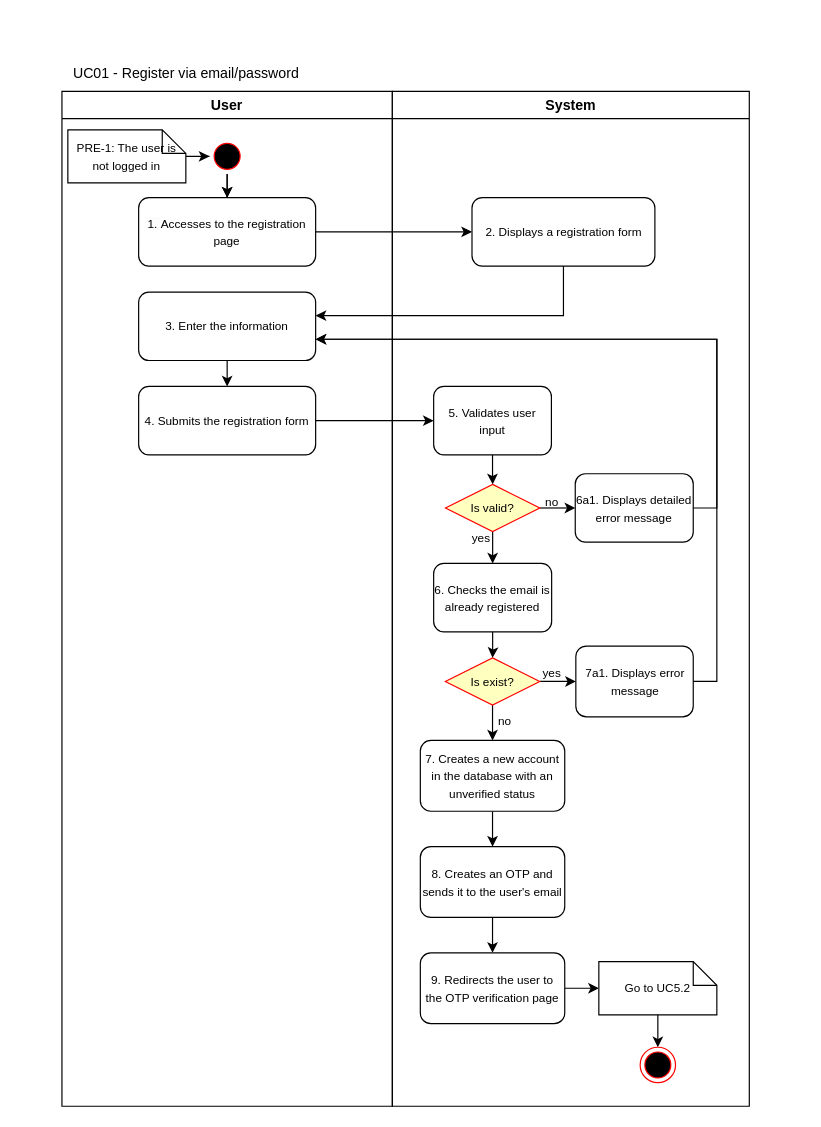
hiusnguyen201/BE_ClothingShop keeps this draw.io diagram as docs/activity diagram/UC01-Register.drawio. Above is the earlier version. Source tidied: cells renumbered, new cells numbered last; positions are measured from the earlier drawing's top-left corner, leaving out a move shared by most shapes. Both pictures are drawn from the tidied source at 118%, with x=0, y=0 at pixel (61, 55).
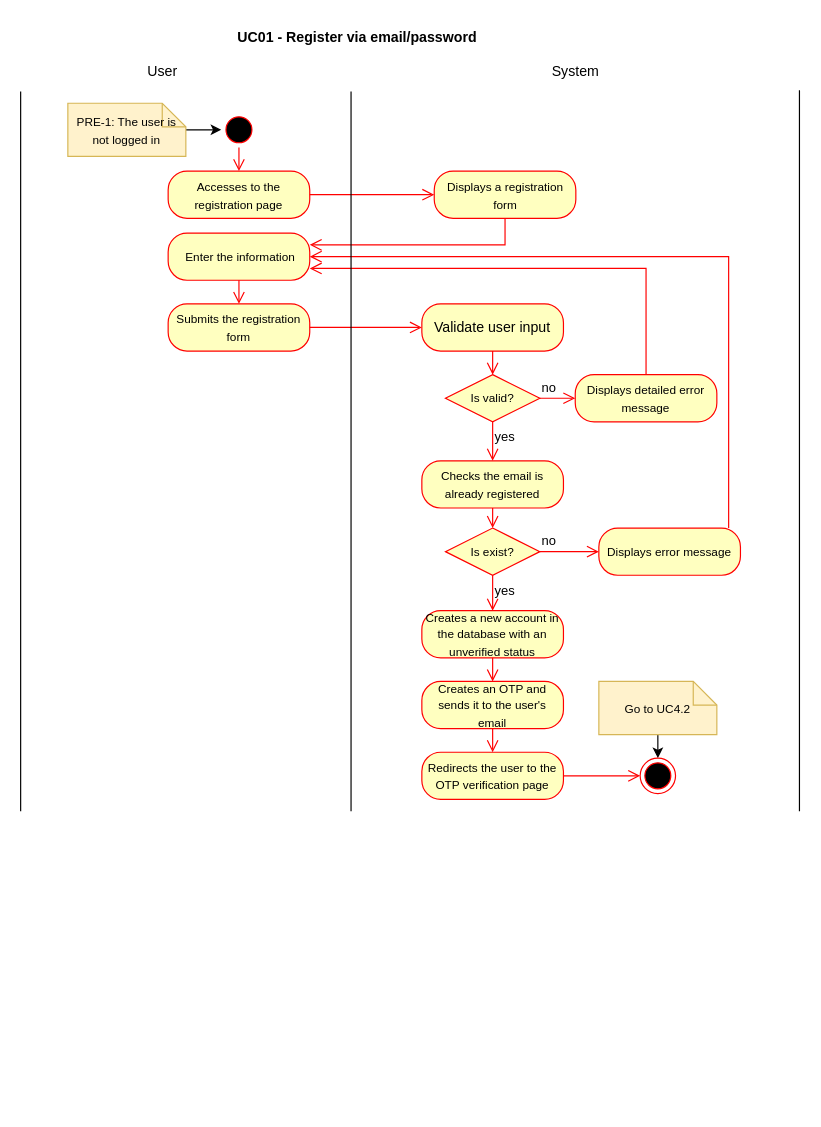
After the change.

Change to the diagram source:
```diff
@@
-    <mxCell id="2" value="User" style="swimlane;whiteSpace=wrap;labelBackgroundColor=none;" parent="1" vertex="1">
-      <mxGeometry y="30" width="280" height="860" as="geometry" />
-    </mxCell>
-    <mxCell id="3" style="edgeStyle=orthogonalEdgeStyle;rounded=0;jettySize=auto;html=1;" parent="2" edge="1" source="5" target="6">
-      <mxGeometry relative="1" as="geometry" />
-    </mxCell>
-    <mxCell id="4" style="edgeStyle=orthogonalEdgeStyle;rounded=0;jettySize=auto;html=1;" parent="2" edge="1" source="5" target="6">
-      <mxGeometry relative="1" as="geometry" />
-    </mxCell>
-    <mxCell id="5" style="ellipse;shape=startState;fillColor=#000000;strokeColor=#ff0000;" parent="2" vertex="1">
-      <mxGeometry x="125" y="40" width="30" height="30" as="geometry" />
-    </mxCell>
-    <mxCell id="6" value="&lt;font style=&quot;font-size: 10px;&quot;&gt;&lt;span style=&quot;color: rgb(0, 0, 0); font-family: Helvetica; font-style: normal; font-variant-ligatures: normal; font-variant-caps: normal; font-weight: 400; letter-spacing: normal; orphans: 2; text-align: center; text-indent: 0px; text-transform: none; widows: 2; word-spacing: 0px; -webkit-text-stroke-width: 0px; background-color: rgb(251, 251, 251); text-decoration-thickness: initial; text-decoration-style: initial; text-decoration-color: initial; float: none; display: inline !important;&quot;&gt;1.&amp;nbsp;&lt;/span&gt;Accesses to the registration page&lt;/font&gt;" style="rounded=1;whiteSpace=wrap;html=1;verticalAlign=middle;" parent="2" vertex="1">
-      <mxGeometry x="65" y="90" width="150" height="58" as="geometry" />
-    </mxCell>
-    <mxCell id="7" style="edgeStyle=orthogonalEdgeStyle;rounded=0;jettySize=auto;html=1;" parent="2" edge="1" source="8" target="9">
-      <mxGeometry relative="1" as="geometry" />
-    </mxCell>
-    <mxCell id="8" value="&lt;font style=&quot;font-size: 10px;&quot;&gt;&lt;font style=&quot;border-color: var(--border-color); font-size: 10px;&quot;&gt;3.&amp;nbsp;&lt;/font&gt;Enter the information&lt;/font&gt;" style="rounded=1;whiteSpace=wrap;html=1;verticalAlign=middle;" parent="2" vertex="1">
-      <mxGeometry x="65" y="170" width="150" height="58" as="geometry" />
-    </mxCell>
-    <mxCell id="9" value="&lt;font style=&quot;font-size: 10px;&quot;&gt;4. Submits the registration form&lt;/font&gt;" style="rounded=1;whiteSpace=wrap;html=1;verticalAlign=middle;" parent="2" vertex="1">
-      <mxGeometry x="65" y="250" width="150" height="58" as="geometry" />
-    </mxCell>
+    <mxCell id="39" value="UC01 - Register via email/password" style="text;html=1;align=center;verticalAlign=middle;strokeColor=none;fillColor=none;fontStyle=1;" parent="1" vertex="1">
+      <mxGeometry x="145" y="-30" width="210" height="30" as="geometry" />
+    </mxCell>
-    <mxCell id="10" style="edgeStyle=orthogonalEdgeStyle;rounded=0;jettySize=auto;html=1;" parent="2" edge="1" source="11" target="5">
+    <mxCell id="10" style="edgeStyle=orthogonalEdgeStyle;rounded=0;jettySize=auto;html=1;" parent="1" edge="1" source="11" target="45">
       <mxGeometry relative="1" as="geometry" />
     </mxCell>
-    <mxCell id="11" value="&lt;span style=&quot;font-size: 10px;&quot;&gt;PRE-1: The user is not logged in&lt;/span&gt;" style="shape=note;size=20;whiteSpace=wrap;html=1;" parent="2" vertex="1">
-      <mxGeometry x="5" y="32.5" width="100" height="45" as="geometry" />
+    <mxCell id="11" value="&lt;span style=&quot;font-size: 10px;&quot;&gt;PRE-1: The user is not logged in&lt;/span&gt;" style="shape=note;size=20;whiteSpace=wrap;html=1;fillColor=#fff2cc;strokeColor=#d6b656;" parent="1" vertex="1">
+      <mxGeometry x="5" y="40" width="100" height="45" as="geometry" />
     </mxCell>
-    <mxCell id="12" value="System" style="swimlane;whiteSpace=wrap;" parent="1" vertex="1">
-      <mxGeometry x="280" y="30" width="302.5" height="860" as="geometry" />
-    </mxCell>
-    <mxCell id="13" style="edgeStyle=orthogonalEdgeStyle;rounded=0;jettySize=auto;html=1;" parent="12" edge="1" source="14" target="17">
-      <mxGeometry relative="1" as="geometry" />
-    </mxCell>
-    <mxCell id="14" value="&lt;font style=&quot;font-size: 10px;&quot;&gt;5. Validates user input&lt;/font&gt;" style="rounded=1;whiteSpace=wrap;html=1;verticalAlign=middle;" parent="12" vertex="1">
-      <mxGeometry x="35" y="250" width="99.8" height="58" as="geometry" />
-    </mxCell>
-    <mxCell id="15" style="edgeStyle=orthogonalEdgeStyle;rounded=0;jettySize=auto;html=1;" parent="12" edge="1" source="17" target="26">
-      <mxGeometry relative="1" as="geometry" />
-    </mxCell>
-    <mxCell id="16" style="edgeStyle=orthogonalEdgeStyle;rounded=0;jettySize=auto;html=1;" parent="12" edge="1" source="17" target="18">
-      <mxGeometry relative="1" as="geometry">
-        <Array as="points">
-          <mxPoint x="155" y="353" />
-          <mxPoint x="155" y="353" />
-        </Array>
-      </mxGeometry>
-    </mxCell>
-    <mxCell id="17" value="Is valid?" style="rhombus;fillColor=#ffffc0;strokeColor=#ff0000;whiteSpace=wrap;fontSize=10;" parent="12" vertex="1">
-      <mxGeometry x="45" y="333" width="80" height="40" as="geometry" />
-    </mxCell>
-    <mxCell id="18" value="&lt;font style=&quot;font-size: 10px;&quot;&gt;6a1. Displays detailed error message&lt;/font&gt;" style="rounded=1;whiteSpace=wrap;html=1;verticalAlign=middle;" parent="12" vertex="1">
-      <mxGeometry x="155" y="324" width="100" height="58" as="geometry" />
-    </mxCell>
-    <mxCell id="19" value="&lt;font size=&quot;1&quot;&gt;yes&lt;/font&gt;" style="text;html=1;align=center;verticalAlign=middle;strokeColor=none;fillColor=none;" parent="12" vertex="1">
-      <mxGeometry x="55" y="363" width="40" height="30" as="geometry" />
-    </mxCell>
-    <mxCell id="20" value="&lt;font size=&quot;1&quot;&gt;no&lt;/font&gt;" style="text;html=1;align=center;verticalAlign=middle;strokeColor=none;fillColor=none;" parent="12" vertex="1">
-      <mxGeometry x="120" y="333" width="30" height="30" as="geometry" />
-    </mxCell>
-    <mxCell id="21" value="&lt;font style=&quot;font-size: 10px;&quot;&gt;&lt;font style=&quot;font-size: 10px;&quot;&gt;2.&amp;nbsp;&lt;/font&gt;Displays a registration form&lt;/font&gt;" style="rounded=1;whiteSpace=wrap;html=1;verticalAlign=middle;" parent="12" vertex="1">
-      <mxGeometry x="67.5" y="90" width="155" height="58" as="geometry" />
-    </mxCell>
-    <mxCell id="22" style="edgeStyle=orthogonalEdgeStyle;rounded=0;jettySize=auto;html=1;" parent="12" edge="1" source="24" target="27">
-      <mxGeometry relative="1" as="geometry" />
-    </mxCell>
-    <mxCell id="23" style="edgeStyle=orthogonalEdgeStyle;rounded=0;jettySize=auto;html=1;" parent="12" edge="1" source="24" target="29">
-      <mxGeometry relative="1" as="geometry" />
-    </mxCell>
-    <mxCell id="24" value="Is exist?" style="rhombus;fillColor=#ffffc0;strokeColor=#ff0000;whiteSpace=wrap;fontSize=10;" parent="12" vertex="1">
-      <mxGeometry x="44.9" y="480" width="80" height="40" as="geometry" />
-    </mxCell>
-    <mxCell id="25" style="edgeStyle=orthogonalEdgeStyle;rounded=0;jettySize=auto;html=1;" parent="12" edge="1" source="26" target="24">
-      <mxGeometry relative="1" as="geometry" />
-    </mxCell>
-    <mxCell id="26" value="&lt;font style=&quot;font-size: 10px;&quot;&gt;6. Checks the email is already registered&lt;/font&gt;" style="rounded=1;whiteSpace=wrap;html=1;verticalAlign=middle;" parent="12" vertex="1">
-      <mxGeometry x="35" y="400" width="100" height="58" as="geometry" />
-    </mxCell>
-    <mxCell id="27" value="&lt;font style=&quot;font-size: 10px;&quot;&gt;&lt;font style=&quot;font-size: 10px;&quot;&gt;7a1.&amp;nbsp;&lt;/font&gt;Displays error message&lt;/font&gt;" style="rounded=1;whiteSpace=wrap;html=1;verticalAlign=middle;" parent="12" vertex="1">
-      <mxGeometry x="155.5" y="470" width="99.5" height="60" as="geometry" />
-    </mxCell>
-    <mxCell id="28" style="edgeStyle=orthogonalEdgeStyle;rounded=0;jettySize=auto;html=1;" parent="12" edge="1" source="29" target="32">
-      <mxGeometry relative="1" as="geometry" />
-    </mxCell>
-    <mxCell id="29" value="&lt;span style=&quot;font-size: 10px;&quot;&gt;7. Creates a new account in the database with an unverified status&lt;/span&gt;" style="rounded=1;whiteSpace=wrap;html=1;verticalAlign=middle;" parent="12" vertex="1">
-      <mxGeometry x="23.7" y="550" width="122.4" height="60" as="geometry" />
-    </mxCell>
-    <mxCell id="30" style="edgeStyle=orthogonalEdgeStyle;rounded=0;jettySize=auto;html=1;" parent="12" edge="1" source="35" target="34">
-      <mxGeometry relative="1" as="geometry" />
-    </mxCell>
-    <mxCell id="31" style="edgeStyle=orthogonalEdgeStyle;rounded=0;jettySize=auto;html=1;" parent="12" edge="1" source="32" target="35">
-      <mxGeometry relative="1" as="geometry" />
-    </mxCell>
-    <mxCell id="32" value="&lt;span style=&quot;font-size: 10px;&quot;&gt;8. Creates an OTP and sends it to the user's email&lt;/span&gt;" style="rounded=1;whiteSpace=wrap;html=1;verticalAlign=middle;" parent="12" vertex="1">
-      <mxGeometry x="23.7" y="640" width="122.4" height="60" as="geometry" />
-    </mxCell>
+    <mxCell id="45" style="ellipse;html=1;shape=startState;fillColor=#000000;strokeColor=#ff0000;" parent="1" vertex="1">
+      <mxGeometry x="135" y="47.5" width="30" height="30" as="geometry" />
+    </mxCell>
+    <mxCell id="46" style="edgeStyle=orthogonalEdgeStyle;html=1;verticalAlign=bottom;endArrow=open;endSize=8;strokeColor=#ff0000;rounded=0;" parent="1" edge="1" source="45" target="47">
+      <mxGeometry relative="1" as="geometry" />
+    </mxCell>
+    <mxCell id="47" value="&lt;span style=&quot;font-size: 10px;&quot;&gt;Accesses to the registration page&lt;/span&gt;" style="rounded=1;whiteSpace=wrap;html=1;arcSize=40;fontColor=#000000;fillColor=#ffffc0;strokeColor=#ff0000;" parent="1" vertex="1">
+      <mxGeometry x="90" y="97.5" width="120" height="40" as="geometry" />
+    </mxCell>
+    <mxCell id="48" style="edgeStyle=orthogonalEdgeStyle;html=1;verticalAlign=bottom;endArrow=open;endSize=8;strokeColor=#ff0000;rounded=0;entryX=0;entryY=0.5;entryDx=0;entryDy=0;" parent="1" edge="1" source="47" target="49">
+      <mxGeometry relative="1" as="geometry" />
+    </mxCell>
-    <mxCell id="33" style="edgeStyle=orthogonalEdgeStyle;rounded=0;jettySize=auto;html=1;" parent="12" edge="1" source="34" target="36">
-      <mxGeometry relative="1" as="geometry" />
+    <mxCell id="33" style="edgeStyle=orthogonalEdgeStyle;rounded=0;jettySize=auto;html=1;" parent="1" edge="1" source="34" target="36">
+      <mxGeometry relative="1" as="geometry">
+        <Array as="points">
+          <mxPoint x="505" y="582.5" />
+          <mxPoint x="505" y="582.5" />
+        </Array>
+      </mxGeometry>
     </mxCell>
-    <mxCell id="34" value="&lt;font style=&quot;font-size: 10px;&quot;&gt;Go to UC5.2&lt;/font&gt;" style="shape=note;size=20;whiteSpace=wrap;html=1;" parent="12" vertex="1">
-      <mxGeometry x="175" y="737.5" width="100" height="45" as="geometry" />
+    <mxCell id="34" value="&lt;font style=&quot;font-size: 10px;&quot;&gt;Go to UC4.2&lt;/font&gt;" style="shape=note;size=20;whiteSpace=wrap;html=1;fillColor=#fff2cc;strokeColor=#d6b656;" parent="1" vertex="1">
+      <mxGeometry x="455" y="530" width="100" height="45" as="geometry" />
     </mxCell>
-    <mxCell id="35" value="&lt;span style=&quot;font-size: 10px;&quot;&gt;9. Redirects the user to the OTP verification page&lt;/span&gt;" style="rounded=1;whiteSpace=wrap;html=1;verticalAlign=middle;" parent="12" vertex="1">
-      <mxGeometry x="23.7" y="730" width="122.4" height="60" as="geometry" />
-    </mxCell>
-    <mxCell id="36" style="ellipse;html=1;shape=endState;fillColor=#000000;strokeColor=#ff0000;" parent="12" vertex="1">
-      <mxGeometry x="210" y="810" width="30" height="30" as="geometry" />
+    <mxCell id="36" style="ellipse;html=1;shape=endState;fillColor=#000000;strokeColor=#ff0000;" parent="1" vertex="1">
+      <mxGeometry x="490" y="595" width="30" height="30" as="geometry" />
     </mxCell>
-    <mxCell id="37" style="edgeStyle=orthogonalEdgeStyle;rounded=0;jettySize=auto;html=1;" parent="1" edge="1" source="9" target="14">
-      <mxGeometry relative="1" as="geometry" />
-    </mxCell>
-    <mxCell id="38" style="edgeStyle=orthogonalEdgeStyle;rounded=0;jettySize=auto;html=1;" parent="1" edge="1" source="18" target="8">
-      <mxGeometry relative="1" as="geometry">
-        <Array as="points">
-          <mxPoint x="555" y="383" />
-          <mxPoint x="555" y="240" />
-        </Array>
-      </mxGeometry>
-    </mxCell>
-    <mxCell id="39" value="UC01 - Register via email/password" style="text;html=1;align=center;verticalAlign=middle;strokeColor=none;fillColor=none;" parent="1" vertex="1">
-      <mxGeometry width="210" height="30" as="geometry" />
-    </mxCell>
-    <mxCell id="40" style="edgeStyle=orthogonalEdgeStyle;rounded=0;jettySize=auto;html=1;" parent="1" edge="1" source="21" target="8">
-      <mxGeometry relative="1" as="geometry">
-        <Array as="points">
-          <mxPoint x="425" y="220" />
-        </Array>
-      </mxGeometry>
-    </mxCell>
-    <mxCell id="41" value="&lt;font style=&quot;font-size: 10px;&quot;&gt;yes&lt;/font&gt;" style="text;html=1;align=center;verticalAlign=middle;strokeColor=none;fillColor=none;" parent="1" vertex="1">
-      <mxGeometry x="395" y="508" width="40" height="30" as="geometry" />
-    </mxCell>
-    <mxCell id="42" style="edgeStyle=orthogonalEdgeStyle;rounded=0;jettySize=auto;html=1;" parent="1" edge="1" source="27" target="8">
-      <mxGeometry relative="1" as="geometry">
-        <Array as="points">
-          <mxPoint x="555" y="530" />
-          <mxPoint x="555" y="240" />
-        </Array>
-      </mxGeometry>
-    </mxCell>
-    <mxCell id="43" value="&lt;font style=&quot;font-size: 10px;&quot;&gt;no&lt;/font&gt;" style="text;html=1;align=center;verticalAlign=middle;strokeColor=none;fillColor=none;" parent="1" vertex="1">
-      <mxGeometry x="360" y="548" width="30" height="30" as="geometry" />
-    </mxCell>
-    <mxCell id="44" style="edgeStyle=orthogonalEdgeStyle;rounded=0;jettySize=auto;html=1;" parent="1" edge="1" source="6" target="21">
-      <mxGeometry relative="1" as="geometry" />
-    </mxCell>
+    <mxCell id="49" value="&lt;span style=&quot;font-size: 10px;&quot;&gt;Displays a registration form&lt;/span&gt;" style="rounded=1;whiteSpace=wrap;html=1;arcSize=40;fontColor=#000000;fillColor=#ffffc0;strokeColor=#ff0000;" parent="1" vertex="1">
+      <mxGeometry x="315.5" y="97.5" width="120" height="40" as="geometry" />
+    </mxCell>
+    <mxCell id="50" style="edgeStyle=orthogonalEdgeStyle;html=1;verticalAlign=bottom;endArrow=open;endSize=8;strokeColor=#ff0000;rounded=0;" parent="1" edge="1" source="49" target="51">
+      <mxGeometry relative="1" as="geometry">
+        <Array as="points">
+          <mxPoint x="376" y="160" />
+        </Array>
+      </mxGeometry>
+    </mxCell>
+    <mxCell id="51" value="&lt;font style=&quot;font-size: 10px; border-color: var(--border-color);&quot;&gt;&amp;nbsp;&lt;/font&gt;&lt;span style=&quot;font-size: 10px;&quot;&gt;Enter the information&lt;/span&gt;" style="rounded=1;whiteSpace=wrap;html=1;arcSize=40;fontColor=#000000;fillColor=#ffffc0;strokeColor=#ff0000;" parent="1" vertex="1">
+      <mxGeometry x="90" y="150" width="120" height="40" as="geometry" />
+    </mxCell>
+    <mxCell id="52" style="edgeStyle=orthogonalEdgeStyle;html=1;verticalAlign=bottom;endArrow=open;endSize=8;strokeColor=#ff0000;rounded=0;entryX=0.5;entryY=0;entryDx=0;entryDy=0;" parent="1" edge="1" source="51" target="53">
+      <mxGeometry relative="1" as="geometry" />
+    </mxCell>
+    <mxCell id="53" value="&lt;span style=&quot;font-size: 10px;&quot;&gt;Submits the registration form&lt;/span&gt;" style="rounded=1;whiteSpace=wrap;html=1;arcSize=40;fontColor=#000000;fillColor=#ffffc0;strokeColor=#ff0000;" parent="1" vertex="1">
+      <mxGeometry x="90" y="210" width="120" height="40" as="geometry" />
+    </mxCell>
+    <mxCell id="54" style="edgeStyle=orthogonalEdgeStyle;html=1;verticalAlign=bottom;endArrow=open;endSize=8;strokeColor=#ff0000;rounded=0;" parent="1" edge="1" source="53" target="55">
+      <mxGeometry relative="1" as="geometry" />
+    </mxCell>
+    <mxCell id="55" value="Validate user input" style="rounded=1;whiteSpace=wrap;html=1;arcSize=40;fontColor=#000000;fillColor=#ffffc0;strokeColor=#ff0000;" parent="1" vertex="1">
+      <mxGeometry x="305" y="210" width="120" height="40" as="geometry" />
+    </mxCell>
+    <mxCell id="56" style="edgeStyle=orthogonalEdgeStyle;html=1;verticalAlign=bottom;endArrow=open;endSize=8;strokeColor=#ff0000;rounded=0;" parent="1" edge="1" source="55" target="17">
+      <mxGeometry relative="1" as="geometry" />
+    </mxCell>
+    <mxCell id="57" value="&lt;span style=&quot;font-size: 10px;&quot;&gt;Displays detailed error message&lt;/span&gt;" style="rounded=1;whiteSpace=wrap;html=1;arcSize=40;fontColor=#000000;fillColor=#ffffc0;strokeColor=#ff0000;" parent="1" vertex="1">
+      <mxGeometry x="435" y="270" width="120" height="40" as="geometry" />
+    </mxCell>
+    <mxCell id="58" style="edgeStyle=orthogonalEdgeStyle;html=1;verticalAlign=bottom;endArrow=open;endSize=8;strokeColor=#ff0000;rounded=0;" parent="1" edge="1" source="57" target="51">
+      <mxGeometry relative="1" as="geometry">
+        <Array as="points">
+          <mxPoint x="495" y="180" />
+        </Array>
+      </mxGeometry>
+    </mxCell>
+    <mxCell id="59" value="&lt;span style=&quot;font-size: 10px;&quot;&gt;Checks the email is already registered&lt;/span&gt;" style="rounded=1;whiteSpace=wrap;html=1;arcSize=40;fontColor=#000000;fillColor=#ffffc0;strokeColor=#ff0000;" parent="1" vertex="1">
+      <mxGeometry x="305" y="343" width="120" height="40" as="geometry" />
+    </mxCell>
+    <mxCell id="60" style="edgeStyle=orthogonalEdgeStyle;html=1;verticalAlign=bottom;endArrow=open;endSize=8;strokeColor=#ff0000;rounded=0;" parent="1" edge="1" source="59" target="24">
+      <mxGeometry relative="1" as="geometry" />
+    </mxCell>
+    <mxCell id="61" value="&lt;span style=&quot;font-size: 10px;&quot;&gt;Displays error message&lt;/span&gt;" style="rounded=1;whiteSpace=wrap;html=1;arcSize=40;fontColor=#000000;fillColor=#ffffc0;strokeColor=#ff0000;" parent="1" vertex="1">
+      <mxGeometry x="455" y="400" width="120" height="40" as="geometry" />
+    </mxCell>
+    <mxCell id="62" style="edgeStyle=orthogonalEdgeStyle;html=1;verticalAlign=bottom;endArrow=open;endSize=8;strokeColor=#ff0000;rounded=0;" parent="1" edge="1" source="61" target="51">
+      <mxGeometry relative="1" as="geometry">
+        <Array as="points">
+          <mxPoint x="565" y="170" />
+        </Array>
+      </mxGeometry>
+    </mxCell>
+    <mxCell id="63" value="&lt;span style=&quot;font-size: 10px;&quot;&gt;Creates a new account in the database with an unverified status&lt;/span&gt;" style="rounded=1;whiteSpace=wrap;html=1;arcSize=40;fontColor=#000000;fillColor=#ffffc0;strokeColor=#ff0000;" parent="1" vertex="1">
+      <mxGeometry x="305" y="470" width="120" height="40" as="geometry" />
+    </mxCell>
+    <mxCell id="64" style="edgeStyle=orthogonalEdgeStyle;html=1;verticalAlign=bottom;endArrow=open;endSize=8;strokeColor=#ff0000;rounded=0;" parent="1" edge="1" source="63" target="65">
+      <mxGeometry relative="1" as="geometry" />
+    </mxCell>
+    <mxCell id="65" value="&lt;span style=&quot;font-size: 10px;&quot;&gt;Creates an OTP and sends it to the user's email&lt;/span&gt;" style="rounded=1;whiteSpace=wrap;html=1;arcSize=40;fontColor=#000000;fillColor=#ffffc0;strokeColor=#ff0000;" parent="1" vertex="1">
+      <mxGeometry x="305" y="530" width="120" height="40" as="geometry" />
+    </mxCell>
+    <mxCell id="66" style="edgeStyle=orthogonalEdgeStyle;html=1;verticalAlign=bottom;endArrow=open;endSize=8;strokeColor=#ff0000;rounded=0;" parent="1" edge="1" source="65" target="67">
+      <mxGeometry relative="1" as="geometry" />
+    </mxCell>
+    <mxCell id="67" value="&lt;span style=&quot;font-size: 10px;&quot;&gt;Redirects the user to the OTP verification page&lt;/span&gt;" style="rounded=1;whiteSpace=wrap;html=1;arcSize=40;fontColor=#000000;fillColor=#ffffc0;strokeColor=#ff0000;" parent="1" vertex="1">
+      <mxGeometry x="305" y="590" width="120" height="40" as="geometry" />
+    </mxCell>
+    <mxCell id="68" style="edgeStyle=orthogonalEdgeStyle;html=1;verticalAlign=bottom;endArrow=open;endSize=8;strokeColor=#ff0000;rounded=0;" parent="1" edge="1" target="36">
+      <mxGeometry relative="1" as="geometry">
+        <mxPoint x="425" y="610" as="sourcePoint" />
+        <Array as="points">
+          <mxPoint x="425" y="610" />
+        </Array>
+      </mxGeometry>
+    </mxCell>
+    <mxCell id="17" value="&lt;span style=&quot;font-size: 10px;&quot;&gt;Is valid?&lt;/span&gt;" style="rhombus;whiteSpace=wrap;html=1;fontColor=#000000;fillColor=#ffffc0;strokeColor=#ff0000;" parent="1" vertex="1">
+      <mxGeometry x="325" y="270" width="80" height="40" as="geometry" />
+    </mxCell>
+    <mxCell id="69" value="no" style="edgeStyle=orthogonalEdgeStyle;html=1;align=left;verticalAlign=bottom;endArrow=open;endSize=8;strokeColor=#ff0000;rounded=0;" parent="1" edge="1" source="17" target="57">
+      <mxGeometry x="-1" relative="1" as="geometry" />
+    </mxCell>
+    <mxCell id="70" value="yes" style="edgeStyle=orthogonalEdgeStyle;html=1;align=left;verticalAlign=top;endArrow=open;endSize=8;strokeColor=#ff0000;rounded=0;" parent="1" edge="1" source="17" target="59">
+      <mxGeometry x="-1" relative="1" as="geometry" />
+    </mxCell>
+    <mxCell id="24" value="&lt;span style=&quot;font-size: 10px;&quot;&gt;Is exist?&lt;/span&gt;" style="rhombus;whiteSpace=wrap;html=1;fontColor=#000000;fillColor=#ffffc0;strokeColor=#ff0000;" parent="1" vertex="1">
+      <mxGeometry x="325" y="400" width="80" height="40" as="geometry" />
+    </mxCell>
+    <mxCell id="71" value="no" style="edgeStyle=orthogonalEdgeStyle;html=1;align=left;verticalAlign=bottom;endArrow=open;endSize=8;strokeColor=#ff0000;rounded=0;" parent="1" edge="1" source="24" target="61">
+      <mxGeometry x="-1" relative="1" as="geometry" />
+    </mxCell>
+    <mxCell id="72" value="yes" style="edgeStyle=orthogonalEdgeStyle;html=1;align=left;verticalAlign=top;endArrow=open;endSize=8;strokeColor=#ff0000;rounded=0;" parent="1" edge="1" source="24" target="63">
+      <mxGeometry x="-1" relative="1" as="geometry" />
+    </mxCell>
+    <mxCell id="73" style="endArrow=none;html=1;rounded=0;" parent="1" edge="1">
+      <mxGeometry relative="1" as="geometry">
+        <mxPoint x="245" y="640" as="sourcePoint" />
+        <mxPoint x="245" y="30" as="targetPoint" />
+      </mxGeometry>
+    </mxCell>
+    <mxCell id="74" style="endArrow=none;html=1;rounded=0;" parent="1" edge="1">
+      <mxGeometry relative="1" as="geometry">
+        <mxPoint x="625" y="640" as="sourcePoint" />
+        <mxPoint x="625" y="29" as="targetPoint" />
+      </mxGeometry>
+    </mxCell>
+    <mxCell id="75" style="endArrow=none;html=1;rounded=0;" parent="1" edge="1">
+      <mxGeometry relative="1" as="geometry">
+        <mxPoint x="-35" y="640" as="sourcePoint" />
+        <mxPoint x="-35" y="30" as="targetPoint" />
+      </mxGeometry>
+    </mxCell>
+    <mxCell id="2" value="User" style="text;html=1;align=center;verticalAlign=middle;strokeColor=none;fillColor=none;" parent="1" vertex="1">
+      <mxGeometry x="60" y="-2" width="50" height="30" as="geometry" />
+    </mxCell>
+    <mxCell id="12" value="System" style="text;html=1;align=center;verticalAlign=middle;strokeColor=none;fillColor=none;" parent="1" vertex="1">
+      <mxGeometry x="405" y="-2" width="60" height="30" as="geometry" />
+    </mxCell>
```
